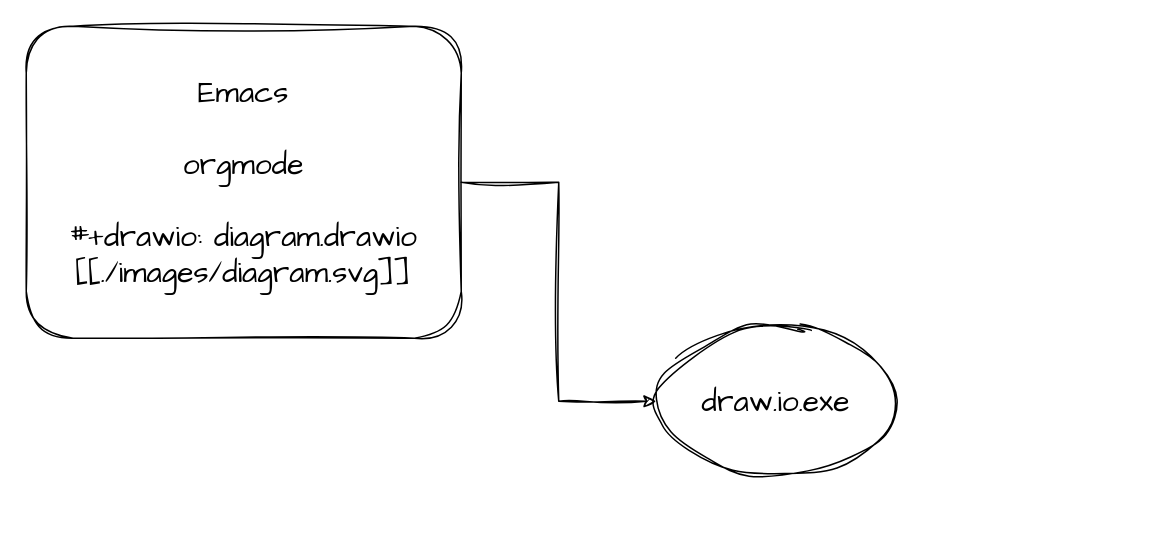
kimim/org-drawio keeps this draw.io diagram as page "Page-2" (2 of 2) of draws/diagram.drawio. Above is the earlier version. Source tidied: cells renumbered, new cells numbered last; positions are measured from the earlier drawing's top-left corner, leaving out a move shared by most shapes. Both pictures are drawn from the tidied source at 150%, with x=0, y=0 at pixel (26, 26).
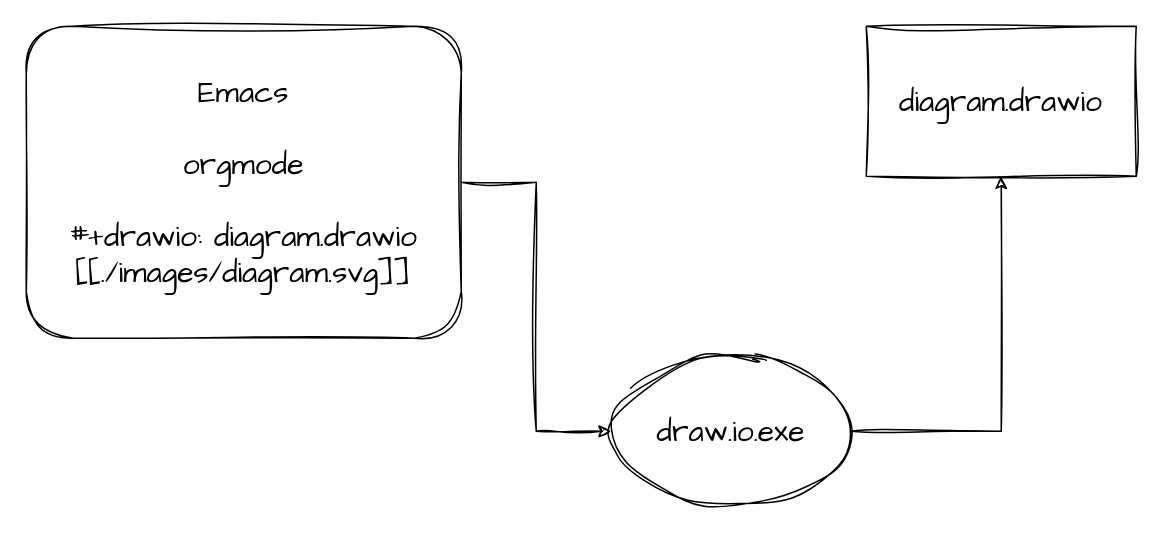
After the change.

Change to the diagram source:
```diff
@@
 <mxGraphModel>
   <root>
     <mxCell id="0" />
     <mxCell id="1" parent="0" />
+    <mxCell id="5" style="edgeStyle=orthogonalEdgeStyle;rounded=0;sketch=1;hachureGap=4;jiggle=2;curveFitting=1;jettySize=auto;html=1;fontFamily=Architects Daughter;fontSize=16;exitX=1;exitY=0.5;exitDx=0;exitDy=0;" parent="1" edge="1" source="2" target="6">
+      <mxGeometry relative="1" as="geometry" />
+    </mxCell>
     <mxCell id="2" value="draw.io.exe" style="ellipse;whiteSpace=wrap;html=1;sketch=1;hachureGap=4;jiggle=2;curveFitting=1;fontFamily=Architects Daughter;fontSize=20;" parent="1" vertex="1">
-      <mxGeometry x="420" y="200" width="160" height="100" as="geometry" />
+      <mxGeometry x="390" y="220" width="160" height="100" as="geometry" />
     </mxCell>
     <mxCell id="3" style="edgeStyle=orthogonalEdgeStyle;rounded=0;sketch=1;hachureGap=4;jiggle=2;curveFitting=1;jettySize=auto;html=1;entryX=0;entryY=0.5;entryDx=0;entryDy=0;fontFamily=Architects Daughter;fontSize=16;" parent="1" edge="1" source="4" target="2">
       <mxGeometry relative="1" as="geometry" />
     </mxCell>
     <mxCell id="4" value="Emacs&lt;br&gt;&lt;br&gt;orgmode&lt;br&gt;&lt;br&gt;#+drawio: diagram.drawio&lt;br style=&quot;border-color: var(--border-color);&quot;&gt;[[./images/diagram.svg]]" style="rounded=1;whiteSpace=wrap;html=1;sketch=1;hachureGap=4;jiggle=2;curveFitting=1;fontFamily=Architects Daughter;fontSize=20;" parent="1" vertex="1">
       <mxGeometry width="290" height="208" as="geometry" />
     </mxCell>
+    <mxCell id="6" value="diagram.drawio" style="rounded=0;whiteSpace=wrap;html=1;sketch=1;hachureGap=4;jiggle=2;curveFitting=1;fontFamily=Architects Daughter;fontSize=20;fontStyle=0;" parent="1" vertex="1">
+      <mxGeometry x="560" width="180" height="100" as="geometry" />
+    </mxCell>
   </root>
 </mxGraphModel>
```
